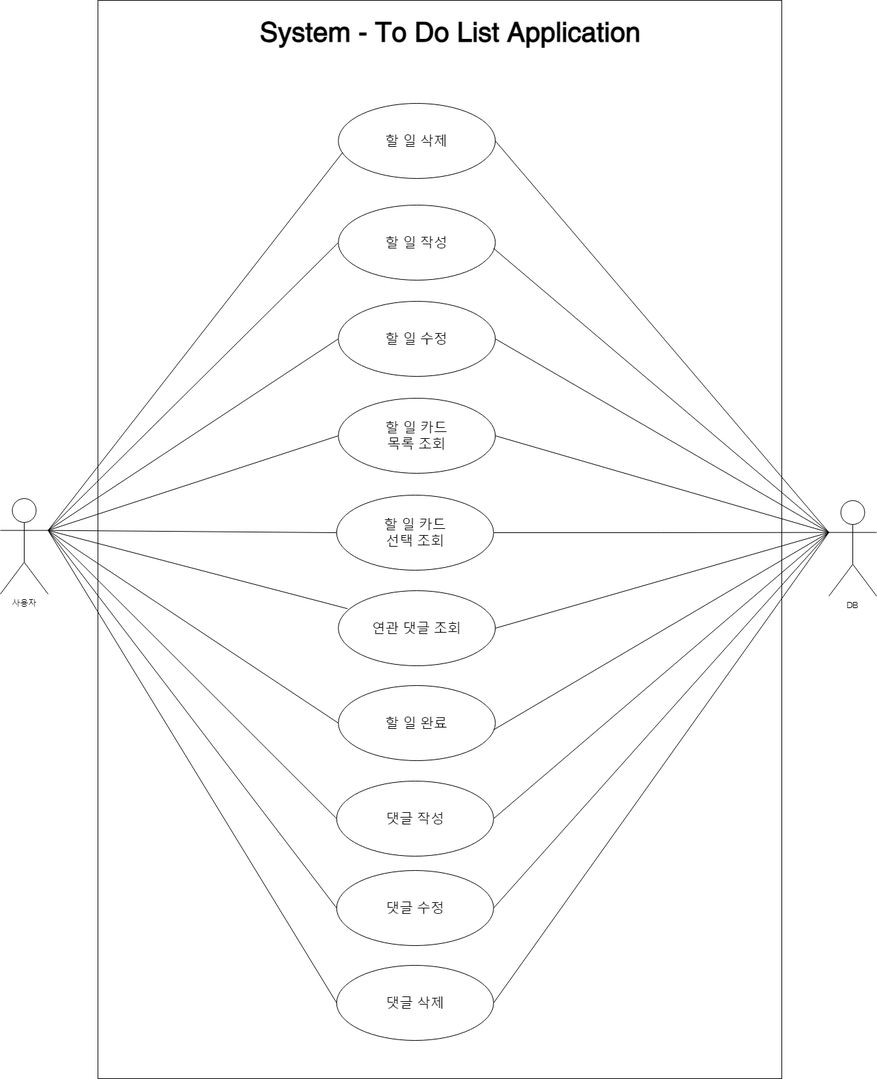
HwangSeungHyeon/MyToDoListProject keeps this draw.io diagram as img/To Do List 유스케이스.png. Above is the earlier version. Source tidied: cells renumbered, new cells last; positions are measured from the earlier drawing's top-left corner, leaving out a move shared by most shapes.
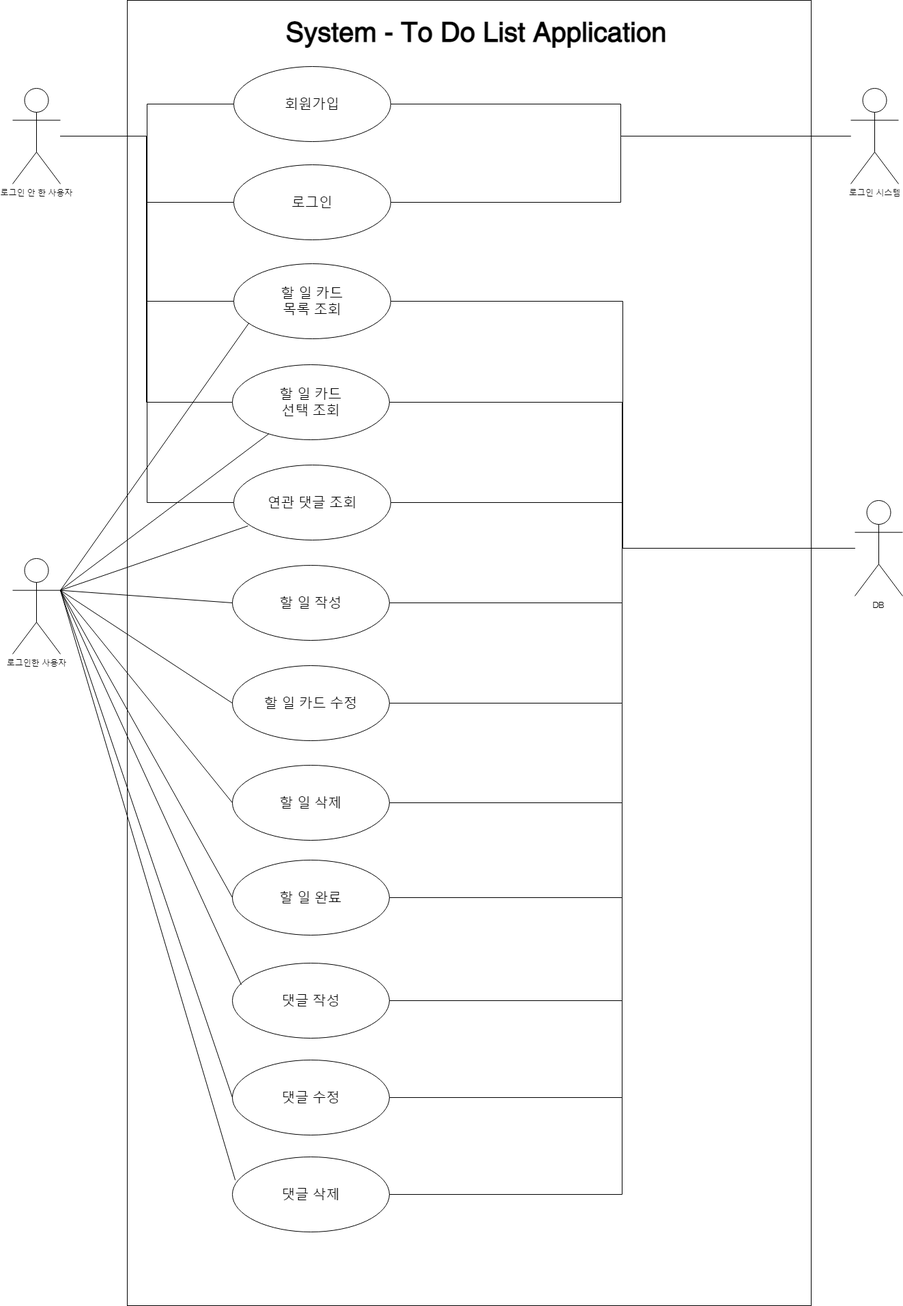
Above is the later version.

Diff of the diagram source:
```diff
@@ -3,106 +3,139 @@
     <mxCell id="0" />
     <mxCell id="1" parent="0" />
     <mxCell id="2" style="rounded=0;whiteSpace=wrap;html=1;" parent="1" vertex="1">
-      <mxGeometry x="143" width="1002" height="1580" as="geometry" />
+      <mxGeometry x="648" y="53" width="1002" height="1913" as="geometry" />
     </mxCell>
+    <mxCell id="36" style="edgeStyle=orthogonalEdgeStyle;rounded=0;jettySize=auto;html=1;entryX=0;entryY=0.5;entryDx=0;entryDy=0;endArrow=none;endFill=0;" parent="1" edge="1" source="3" target="45">
+      <mxGeometry relative="1" as="geometry" />
+    </mxCell>
+    <mxCell id="37" style="edgeStyle=orthogonalEdgeStyle;rounded=0;jettySize=auto;html=1;endArrow=none;endFill=0;" parent="1" edge="1" source="3" target="43">
+      <mxGeometry relative="1" as="geometry" />
+    </mxCell>
+    <mxCell id="17" style="edgeStyle=orthogonalEdgeStyle;rounded=0;jettySize=auto;html=1;entryX=0;entryY=0.5;entryDx=0;entryDy=0;endArrow=none;endFill=0;" parent="1" edge="1" source="3" target="5">
+      <mxGeometry relative="1" as="geometry" />
+    </mxCell>
+    <mxCell id="18" style="edgeStyle=orthogonalEdgeStyle;rounded=0;jettySize=auto;html=1;entryX=0;entryY=0.5;entryDx=0;entryDy=0;endArrow=none;endFill=0;" parent="1" edge="1" source="3" target="7">
+      <mxGeometry relative="1" as="geometry" />
+    </mxCell>
+    <mxCell id="19" style="edgeStyle=orthogonalEdgeStyle;rounded=0;jettySize=auto;html=1;entryX=0;entryY=0.5;entryDx=0;entryDy=0;endArrow=none;endFill=0;" parent="1" edge="1" source="3" target="9">
+      <mxGeometry relative="1" as="geometry" />
+    </mxCell>
-    <mxCell id="3" value="사용자" style="shape=umlActor;verticalLabelPosition=bottom;verticalAlign=top;html=1;outlineConnect=0;" parent="1" vertex="1">
-      <mxGeometry y="730" width="70" height="140" as="geometry" />
+    <mxCell id="3" value="로그인 안 한 사용자" style="shape=umlActor;verticalLabelPosition=bottom;verticalAlign=top;html=1;outlineConnect=0;" parent="1" vertex="1">
+      <mxGeometry x="480" y="182" width="70" height="140" as="geometry" />
     </mxCell>
     <mxCell id="4" value="&lt;font size=&quot;1&quot; style=&quot;&quot;&gt;&lt;b style=&quot;font-size: 40px;&quot;&gt;System - To Do List Application&lt;/b&gt;&lt;/font&gt;" style="text;html=1;strokeColor=none;fillColor=none;align=center;verticalAlign=middle;whiteSpace=wrap;rounded=0;" parent="1" vertex="1">
-      <mxGeometry x="355" y="31" width="609" height="30" as="geometry" />
+      <mxGeometry x="855" y="84" width="609" height="30" as="geometry" />
     </mxCell>
     <mxCell id="5" value="&lt;font style=&quot;font-size: 20px;&quot;&gt;할 일 카드&lt;br&gt;목록 조회&lt;br&gt;&lt;/font&gt;" style="ellipse;whiteSpace=wrap;html=1;" parent="1" vertex="1">
-      <mxGeometry x="495.2" y="583" width="230" height="110" as="geometry" />
+      <mxGeometry x="804" y="439" width="230" height="110" as="geometry" />
     </mxCell>
-    <mxCell id="6" style="edgeStyle=orthogonalEdgeStyle;rounded=0;jettySize=auto;html=1;exitX=1;exitY=0.5;exitDx=0;exitDy=0;endArrow=none;endFill=0;entryX=0;entryY=0.3333333333333333;entryDx=0;entryDy=0;entryPerimeter=0;" parent="1" edge="1" source="7" target="8">
-      <mxGeometry relative="1" as="geometry" />
-    </mxCell>
     <mxCell id="7" value="&lt;font style=&quot;font-size: 20px;&quot;&gt;할 일 카드&lt;br&gt;선택 조회&lt;br&gt;&lt;/font&gt;" style="ellipse;whiteSpace=wrap;html=1;" parent="1" vertex="1">
-      <mxGeometry x="492.8" y="725" width="230" height="110" as="geometry" />
+      <mxGeometry x="802" y="587" width="230" height="110" as="geometry" />
     </mxCell>
+    <mxCell id="27" style="edgeStyle=orthogonalEdgeStyle;rounded=0;jettySize=auto;html=1;entryX=1;entryY=0.5;entryDx=0;entryDy=0;endArrow=none;endFill=0;" parent="1" edge="1" source="8" target="5">
+      <mxGeometry relative="1" as="geometry" />
+    </mxCell>
+    <mxCell id="38" style="edgeStyle=orthogonalEdgeStyle;rounded=0;jettySize=auto;html=1;entryX=1;entryY=0.5;entryDx=0;entryDy=0;endArrow=none;endFill=0;" parent="1" edge="1" source="8" target="7">
+      <mxGeometry relative="1" as="geometry" />
+    </mxCell>
+    <mxCell id="28" style="edgeStyle=orthogonalEdgeStyle;rounded=0;jettySize=auto;html=1;entryX=1;entryY=0.5;entryDx=0;entryDy=0;endArrow=none;endFill=0;" parent="1" edge="1" source="8" target="9">
+      <mxGeometry relative="1" as="geometry" />
+    </mxCell>
+    <mxCell id="25" style="edgeStyle=orthogonalEdgeStyle;rounded=0;jettySize=auto;html=1;entryX=1;entryY=0.5;entryDx=0;entryDy=0;endArrow=none;endFill=0;" parent="1" edge="1" source="8" target="10">
+      <mxGeometry relative="1" as="geometry" />
+    </mxCell>
+    <mxCell id="26" style="edgeStyle=orthogonalEdgeStyle;rounded=0;jettySize=auto;html=1;entryX=1;entryY=0.5;entryDx=0;entryDy=0;endArrow=none;endFill=0;" parent="1" edge="1" source="8" target="11">
+      <mxGeometry relative="1" as="geometry" />
+    </mxCell>
+    <mxCell id="24" style="edgeStyle=orthogonalEdgeStyle;rounded=0;jettySize=auto;html=1;entryX=1;entryY=0.5;entryDx=0;entryDy=0;endArrow=none;endFill=0;" parent="1" edge="1" source="8" target="12">
+      <mxGeometry relative="1" as="geometry" />
+    </mxCell>
+    <mxCell id="39" style="edgeStyle=orthogonalEdgeStyle;rounded=0;jettySize=auto;html=1;entryX=1;entryY=0.5;entryDx=0;entryDy=0;endArrow=none;endFill=0;" parent="1" edge="1" source="8" target="13">
+      <mxGeometry relative="1" as="geometry" />
+    </mxCell>
+    <mxCell id="40" style="edgeStyle=orthogonalEdgeStyle;rounded=0;jettySize=auto;html=1;entryX=1;entryY=0.5;entryDx=0;entryDy=0;endArrow=none;endFill=0;" parent="1" edge="1" source="8" target="22">
+      <mxGeometry relative="1" as="geometry" />
+    </mxCell>
+    <mxCell id="41" style="edgeStyle=orthogonalEdgeStyle;rounded=0;jettySize=auto;html=1;entryX=1;entryY=0.5;entryDx=0;entryDy=0;endArrow=none;endFill=0;" parent="1" edge="1" source="8" target="23">
+      <mxGeometry relative="1" as="geometry" />
+    </mxCell>
+    <mxCell id="42" style="edgeStyle=orthogonalEdgeStyle;rounded=0;jettySize=auto;html=1;entryX=1;entryY=0.5;entryDx=0;entryDy=0;endArrow=none;endFill=0;" parent="1" edge="1" source="8" target="30">
+      <mxGeometry relative="1" as="geometry" />
+    </mxCell>
     <mxCell id="8" value="DB" style="shape=umlActor;verticalLabelPosition=bottom;verticalAlign=top;html=1;outlineConnect=0;" parent="1" vertex="1">
-      <mxGeometry x="1214" y="733" width="70" height="140" as="geometry" />
+      <mxGeometry x="1714" y="786" width="70" height="140" as="geometry" />
     </mxCell>
     <mxCell id="9" value="&lt;font style=&quot;font-size: 20px;&quot;&gt;연관 댓글 조회&lt;br&gt;&lt;/font&gt;" style="ellipse;whiteSpace=wrap;html=1;" parent="1" vertex="1">
-      <mxGeometry x="495.2" y="865" width="230" height="110" as="geometry" />
+      <mxGeometry x="804" y="734" width="230" height="110" as="geometry" />
     </mxCell>
     <mxCell id="10" value="&lt;font style=&quot;font-size: 20px;&quot;&gt;할 일 작성&lt;br&gt;&lt;/font&gt;" style="ellipse;whiteSpace=wrap;html=1;" parent="1" vertex="1">
-      <mxGeometry x="495.2" y="300" width="230" height="110" as="geometry" />
+      <mxGeometry x="802" y="881" width="230" height="110" as="geometry" />
     </mxCell>
-    <mxCell id="11" value="&lt;font style=&quot;font-size: 20px;&quot;&gt;할 일 수정&lt;br&gt;&lt;/font&gt;" style="ellipse;whiteSpace=wrap;html=1;" parent="1" vertex="1">
-      <mxGeometry x="495.2" y="441" width="230" height="110" as="geometry" />
+    <mxCell id="11" value="&lt;font style=&quot;font-size: 20px;&quot;&gt;할 일 카드 수정&lt;br&gt;&lt;/font&gt;" style="ellipse;whiteSpace=wrap;html=1;" parent="1" vertex="1">
+      <mxGeometry x="802" y="1028" width="230" height="110" as="geometry" />
     </mxCell>
     <mxCell id="12" value="&lt;font style=&quot;font-size: 20px;&quot;&gt;할 일 삭제&lt;br&gt;&lt;/font&gt;" style="ellipse;whiteSpace=wrap;html=1;" parent="1" vertex="1">
-      <mxGeometry x="495.2" y="151" width="230" height="110" as="geometry" />
+      <mxGeometry x="802" y="1174" width="230" height="110" as="geometry" />
     </mxCell>
     <mxCell id="13" value="&lt;font style=&quot;font-size: 20px;&quot;&gt;할 일 완료&lt;br&gt;&lt;/font&gt;" style="ellipse;whiteSpace=wrap;html=1;" parent="1" vertex="1">
-      <mxGeometry x="495.2" y="1004" width="230" height="110" as="geometry" />
+      <mxGeometry x="802" y="1313" width="230" height="110" as="geometry" />
     </mxCell>
-    <mxCell id="14" style="endArrow=none;html=1;rounded=0;entryX=0.028;entryY=0.652;entryDx=0;entryDy=0;entryPerimeter=0;exitX=1;exitY=0.3333333333333333;exitDx=0;exitDy=0;exitPerimeter=0;" parent="1" edge="1" source="3" target="12">
-      <mxGeometry relative="1" as="geometry" />
-    </mxCell>
-    <mxCell id="15" style="endArrow=none;html=1;rounded=0;entryX=0;entryY=0.5;entryDx=0;entryDy=0;exitX=1;exitY=0.3333333333333333;exitDx=0;exitDy=0;exitPerimeter=0;" parent="1" edge="1" source="3" target="10">
-      <mxGeometry relative="1" as="geometry" />
-    </mxCell>
-    <mxCell id="16" style="endArrow=none;html=1;rounded=0;entryX=0;entryY=0.5;entryDx=0;entryDy=0;exitX=1;exitY=0.3333333333333333;exitDx=0;exitDy=0;exitPerimeter=0;" parent="1" edge="1" source="3" target="11">
-      <mxGeometry relative="1" as="geometry" />
-    </mxCell>
-    <mxCell id="17" style="endArrow=none;html=1;rounded=0;entryX=0;entryY=0.5;entryDx=0;entryDy=0;exitX=1;exitY=0.3333333333333333;exitDx=0;exitDy=0;exitPerimeter=0;" parent="1" edge="1" source="3" target="5">
-      <mxGeometry relative="1" as="geometry" />
-    </mxCell>
-    <mxCell id="18" style="endArrow=none;html=1;rounded=0;entryX=0;entryY=0.5;entryDx=0;entryDy=0;exitX=1;exitY=0.3333333333333333;exitDx=0;exitDy=0;exitPerimeter=0;" parent="1" edge="1" source="3" target="7">
-      <mxGeometry relative="1" as="geometry" />
-    </mxCell>
-    <mxCell id="19" style="endArrow=none;html=1;rounded=0;entryX=0.059;entryY=0.24;entryDx=0;entryDy=0;exitX=1;exitY=0.3333333333333333;exitDx=0;exitDy=0;exitPerimeter=0;entryPerimeter=0;" parent="1" edge="1" source="3" target="9">
-      <mxGeometry relative="1" as="geometry" />
-    </mxCell>
-    <mxCell id="20" style="endArrow=none;html=1;rounded=0;entryX=0;entryY=0.5;entryDx=0;entryDy=0;exitX=1;exitY=0.3333333333333333;exitDx=0;exitDy=0;exitPerimeter=0;" parent="1" edge="1" source="3" target="13">
-      <mxGeometry relative="1" as="geometry" />
-    </mxCell>
-    <mxCell id="21" style="endArrow=none;html=1;rounded=0;exitX=0.988;exitY=0.591;exitDx=0;exitDy=0;exitPerimeter=0;entryX=0;entryY=0.3333333333333333;entryDx=0;entryDy=0;entryPerimeter=0;" parent="1" edge="1" source="13" target="8">
-      <mxGeometry relative="1" as="geometry" />
-    </mxCell>
     <mxCell id="22" value="&lt;font style=&quot;font-size: 20px;&quot;&gt;댓글 작성&lt;br&gt;&lt;/font&gt;" style="ellipse;whiteSpace=wrap;html=1;" parent="1" vertex="1">
-      <mxGeometry x="492.8" y="1144" width="230" height="110" as="geometry" />
+      <mxGeometry x="802" y="1464" width="230" height="110" as="geometry" />
     </mxCell>
     <mxCell id="23" value="&lt;font style=&quot;font-size: 20px;&quot;&gt;댓글 수정&lt;br&gt;&lt;/font&gt;" style="ellipse;whiteSpace=wrap;html=1;" parent="1" vertex="1">
-      <mxGeometry x="492.8" y="1275" width="230" height="110" as="geometry" />
+      <mxGeometry x="802" y="1606" width="230" height="110" as="geometry" />
     </mxCell>
-    <mxCell id="24" style="endArrow=none;html=1;rounded=0;entryX=1;entryY=0.5;entryDx=0;entryDy=0;exitX=0;exitY=0.3333333333333333;exitDx=0;exitDy=0;exitPerimeter=0;" parent="1" edge="1" source="8" target="12">
-      <mxGeometry relative="1" as="geometry" />
-    </mxCell>
-    <mxCell id="25" style="endArrow=none;html=1;rounded=0;entryX=0.988;entryY=0.575;entryDx=0;entryDy=0;entryPerimeter=0;exitX=0;exitY=0.3333333333333333;exitDx=0;exitDy=0;exitPerimeter=0;" parent="1" edge="1" source="8" target="10">
-      <mxGeometry relative="1" as="geometry" />
-    </mxCell>
-    <mxCell id="26" style="endArrow=none;html=1;rounded=0;entryX=1;entryY=0.5;entryDx=0;entryDy=0;exitX=0;exitY=0.3333333333333333;exitDx=0;exitDy=0;exitPerimeter=0;" parent="1" edge="1" source="8" target="11">
-      <mxGeometry relative="1" as="geometry" />
-    </mxCell>
-    <mxCell id="27" style="endArrow=none;html=1;rounded=0;entryX=1;entryY=0.5;entryDx=0;entryDy=0;exitX=0;exitY=0.3333333333333333;exitDx=0;exitDy=0;exitPerimeter=0;" parent="1" edge="1" source="8" target="5">
-      <mxGeometry relative="1" as="geometry" />
-    </mxCell>
-    <mxCell id="28" style="endArrow=none;html=1;rounded=0;entryX=1;entryY=0.5;entryDx=0;entryDy=0;exitX=0;exitY=0.3333333333333333;exitDx=0;exitDy=0;exitPerimeter=0;" parent="1" edge="1" source="8" target="9">
-      <mxGeometry relative="1" as="geometry" />
-    </mxCell>
-    <mxCell id="29" style="endArrow=none;html=1;rounded=0;exitX=1;exitY=0.5;exitDx=0;exitDy=0;entryX=0;entryY=0.3333333333333333;entryDx=0;entryDy=0;entryPerimeter=0;" parent="1" edge="1" source="22" target="8">
-      <mxGeometry relative="1" as="geometry" />
-    </mxCell>
     <mxCell id="30" value="&lt;font style=&quot;font-size: 20px;&quot;&gt;댓글 삭제&lt;br&gt;&lt;/font&gt;" style="ellipse;whiteSpace=wrap;html=1;" parent="1" vertex="1">
-      <mxGeometry x="492.8" y="1414" width="230" height="110" as="geometry" />
+      <mxGeometry x="802" y="1748" width="230" height="110" as="geometry" />
     </mxCell>
-    <mxCell id="31" style="endArrow=none;html=1;rounded=0;exitX=1;exitY=0.5;exitDx=0;exitDy=0;entryX=0;entryY=0.3333333333333333;entryDx=0;entryDy=0;entryPerimeter=0;" parent="1" edge="1" source="23" target="8">
-      <mxGeometry relative="1" as="geometry" />
-    </mxCell>
-    <mxCell id="32" style="endArrow=none;html=1;rounded=0;exitX=1;exitY=0.5;exitDx=0;exitDy=0;entryX=0;entryY=0.3333333333333333;entryDx=0;entryDy=0;entryPerimeter=0;" parent="1" edge="1" source="30" target="8">
-      <mxGeometry relative="1" as="geometry" />
-    </mxCell>
-    <mxCell id="33" style="endArrow=none;html=1;rounded=0;entryX=0;entryY=0.5;entryDx=0;entryDy=0;exitX=1;exitY=0.3333333333333333;exitDx=0;exitDy=0;exitPerimeter=0;" parent="1" edge="1" source="3" target="22">
-      <mxGeometry relative="1" as="geometry" />
-    </mxCell>
-    <mxCell id="34" style="endArrow=none;html=1;rounded=0;entryX=0;entryY=0.5;entryDx=0;entryDy=0;exitX=1;exitY=0.3333333333333333;exitDx=0;exitDy=0;exitPerimeter=0;" parent="1" edge="1" source="3" target="23">
-      <mxGeometry relative="1" as="geometry" />
-    </mxCell>
-    <mxCell id="35" style="endArrow=none;html=1;rounded=0;entryX=0;entryY=0.5;entryDx=0;entryDy=0;exitX=1;exitY=0.3333333333333333;exitDx=0;exitDy=0;exitPerimeter=0;" parent="1" edge="1" source="3" target="30">
-      <mxGeometry relative="1" as="geometry" />
-    </mxCell>
+    <mxCell id="43" value="&lt;font style=&quot;font-size: 20px;&quot;&gt;로그인&lt;br&gt;&lt;/font&gt;" style="ellipse;whiteSpace=wrap;html=1;" parent="1" vertex="1">
+      <mxGeometry x="804" y="294" width="230" height="110" as="geometry" />
+    </mxCell>
+    <mxCell id="44" style="edgeStyle=orthogonalEdgeStyle;rounded=0;jettySize=auto;html=1;endArrow=none;endFill=0;" parent="1" edge="1" source="45" target="47">
+      <mxGeometry relative="1" as="geometry" />
+    </mxCell>
+    <mxCell id="45" value="&lt;font style=&quot;font-size: 20px;&quot;&gt;회원가입&lt;br&gt;&lt;/font&gt;" style="ellipse;whiteSpace=wrap;html=1;" parent="1" vertex="1">
+      <mxGeometry x="804" y="150" width="230" height="110" as="geometry" />
+    </mxCell>
+    <mxCell id="46" style="edgeStyle=orthogonalEdgeStyle;rounded=0;jettySize=auto;html=1;entryX=1;entryY=0.5;entryDx=0;entryDy=0;endArrow=none;endFill=0;" parent="1" edge="1" source="47" target="43">
+      <mxGeometry relative="1" as="geometry" />
+    </mxCell>
+    <mxCell id="47" value="로그인 시스템" style="shape=umlActor;verticalLabelPosition=bottom;verticalAlign=top;html=1;outlineConnect=0;" parent="1" vertex="1">
+      <mxGeometry x="1708" y="182" width="70" height="140" as="geometry" />
+    </mxCell>
+    <mxCell id="48" value="로그인한 사용자" style="shape=umlActor;verticalLabelPosition=bottom;verticalAlign=top;html=1;outlineConnect=0;" parent="1" vertex="1">
+      <mxGeometry x="480" y="871" width="70" height="140" as="geometry" />
+    </mxCell>
+    <mxCell id="49" style="endArrow=none;html=1;rounded=0;entryX=0.097;entryY=0.789;entryDx=0;entryDy=0;exitX=1;exitY=0.3333333333333333;exitDx=0;exitDy=0;exitPerimeter=0;entryPerimeter=0;" parent="1" edge="1" source="48" target="5">
+      <mxGeometry relative="1" as="geometry" />
+    </mxCell>
+    <mxCell id="50" style="endArrow=none;html=1;rounded=0;exitX=1;exitY=0.3333333333333333;exitDx=0;exitDy=0;exitPerimeter=0;" parent="1" edge="1" source="48" target="7">
+      <mxGeometry relative="1" as="geometry" />
+    </mxCell>
+    <mxCell id="51" style="endArrow=none;html=1;rounded=0;entryX=0.091;entryY=0.811;entryDx=0;entryDy=0;exitX=1;exitY=0.3333333333333333;exitDx=0;exitDy=0;exitPerimeter=0;entryPerimeter=0;" parent="1" edge="1" source="48" target="9">
+      <mxGeometry relative="1" as="geometry" />
+    </mxCell>
+    <mxCell id="52" style="endArrow=none;html=1;rounded=0;entryX=0;entryY=0.5;entryDx=0;entryDy=0;exitX=1;exitY=0.3333333333333333;exitDx=0;exitDy=0;exitPerimeter=0;" parent="1" edge="1" source="48" target="10">
+      <mxGeometry relative="1" as="geometry" />
+    </mxCell>
+    <mxCell id="53" style="endArrow=none;html=1;rounded=0;entryX=0;entryY=0.5;entryDx=0;entryDy=0;exitX=1;exitY=0.3333333333333333;exitDx=0;exitDy=0;exitPerimeter=0;" parent="1" edge="1" source="48" target="11">
+      <mxGeometry relative="1" as="geometry" />
+    </mxCell>
+    <mxCell id="54" style="endArrow=none;html=1;rounded=0;entryX=0;entryY=0.5;entryDx=0;entryDy=0;exitX=1;exitY=0.3333333333333333;exitDx=0;exitDy=0;exitPerimeter=0;" parent="1" edge="1" source="48" target="12">
+      <mxGeometry relative="1" as="geometry" />
+    </mxCell>
+    <mxCell id="55" style="endArrow=none;html=1;rounded=0;entryX=0;entryY=0.5;entryDx=0;entryDy=0;exitX=1;exitY=0.3333333333333333;exitDx=0;exitDy=0;exitPerimeter=0;" parent="1" edge="1" source="48" target="13">
+      <mxGeometry relative="1" as="geometry" />
+    </mxCell>
+    <mxCell id="56" style="endArrow=none;html=1;rounded=0;entryX=0.057;entryY=0.289;entryDx=0;entryDy=0;exitX=1;exitY=0.3333333333333333;exitDx=0;exitDy=0;exitPerimeter=0;entryPerimeter=0;" parent="1" edge="1" source="48" target="22">
+      <mxGeometry relative="1" as="geometry" />
+    </mxCell>
+    <mxCell id="57" style="endArrow=none;html=1;rounded=0;entryX=0;entryY=0.5;entryDx=0;entryDy=0;exitX=1;exitY=0.3333333333333333;exitDx=0;exitDy=0;exitPerimeter=0;" parent="1" edge="1" source="48" target="23">
+      <mxGeometry relative="1" as="geometry" />
+    </mxCell>
+    <mxCell id="58" style="endArrow=none;html=1;rounded=0;entryX=0.018;entryY=0.309;entryDx=0;entryDy=0;exitX=1;exitY=0.3333333333333333;exitDx=0;exitDy=0;exitPerimeter=0;entryPerimeter=0;" parent="1" edge="1" source="48" target="30">
+      <mxGeometry relative="1" as="geometry" />
+    </mxCell>
   </root>
 </mxGraphModel>
```
